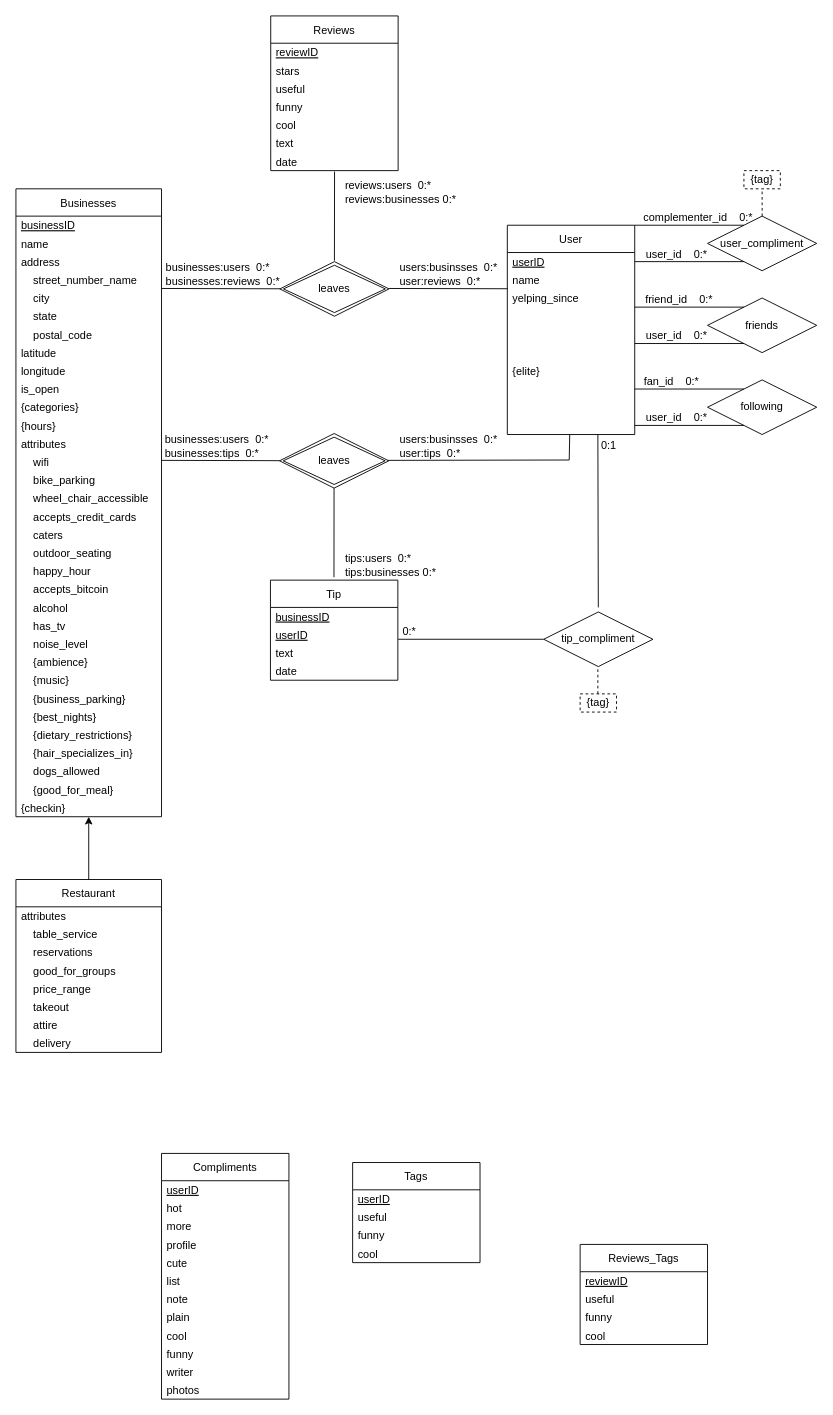
The draw.io diagram page "Page-1" (1 of 2) of documents/ER-model.drawio in connie-ho/data-bites, before the edit. Source tidied: cells renumbered, new cells numbered last; positions are measured from the earlier drawing's top-left corner, leaving out a move shared by most shapes. Both pictures are drawn from the tidied source at 91%, with x=0, y=0 at pixel (15, 15).
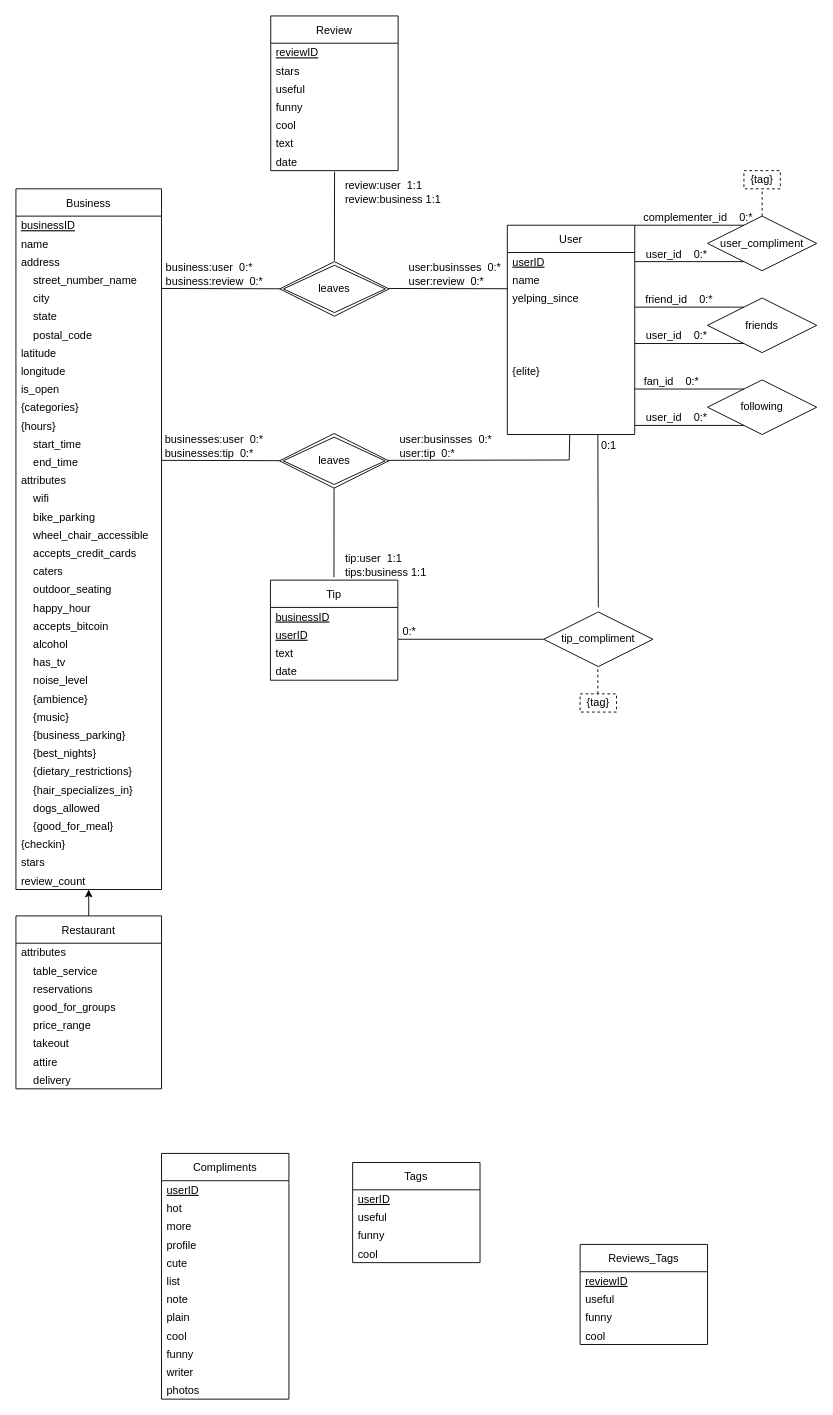
The same page after the edit.

The change refers to these unchanged cells:
```xml
<mxCell id="93" style="endArrow=none;html=1;rounded=0;" parent="1" edge="1" target="87">
  <mxGeometry relative="1" as="geometry">
    <mxPoint x="160" y="299.5" as="sourcePoint" />
  </mxGeometry>
</mxCell>
<mxCell id="95" style="endArrow=none;html=1;rounded=0;" parent="1" edge="1">
  <mxGeometry relative="1" as="geometry">
    <mxPoint x="410" y="299.5" as="sourcePoint" />
    <mxPoint x="540.3" y="299.8" as="targetPoint" />
  </mxGeometry>
</mxCell>
<mxCell id="97" style="endArrow=none;html=1;rounded=0;entryX=0.501;entryY=1.054;entryDx=0;entryDy=0;entryPerimeter=0;" parent="1" edge="1" target="52">
  <mxGeometry relative="1" as="geometry">
    <mxPoint x="350" y="269" as="sourcePoint" />
  </mxGeometry>
</mxCell>
<mxCell id="107" style="endArrow=none;html=1;rounded=0;" parent="1" edge="1" target="106">
  <mxGeometry relative="1" as="geometry">
    <mxPoint x="159.7" y="488.4" as="sourcePoint" />
  </mxGeometry>
</mxCell>
<mxCell id="109" style="endArrow=none;html=1;rounded=0;" parent="1" edge="1" target="62">
  <mxGeometry relative="1" as="geometry">
    <mxPoint x="408.7" y="488.4" as="sourcePoint" />
    <Array as="points">
      <mxPoint x="608" y="488" />
    </Array>
  </mxGeometry>
</mxCell>
<mxCell id="111" style="endArrow=none;html=1;rounded=0;entryX=0.501;entryY=1.054;entryDx=0;entryDy=0;entryPerimeter=0;" parent="1" edge="1">
  <mxGeometry relative="1" as="geometry">
    <mxPoint x="349.5" y="616.8" as="sourcePoint" />
    <mxPoint x="349.6" y="518.9" as="targetPoint" />
  </mxGeometry>
</mxCell>
```

Change to the diagram source:
```diff
@@
-    <mxCell id="2" value="Businesses" style="swimlane;fontStyle=0;horizontal=1;startSize=30;" parent="1" vertex="1">
-      <mxGeometry y="190" width="160" height="690" as="geometry" />
+    <mxCell id="2" value="Business" style="swimlane;fontStyle=0;horizontal=1;startSize=30;" parent="1" vertex="1">
+      <mxGeometry y="190" width="160" height="770" as="geometry" />
     </mxCell>
@@
+    <mxCell id="125" value="    start_time" style="text;strokeColor=none;fillColor=none;align=left;verticalAlign=middle;spacingLeft=4;spacingRight=4;overflow=hidden;fontStyle=0;" parent="2" vertex="1">
+      <mxGeometry y="270" width="160" height="20" as="geometry" />
+    </mxCell>
+    <mxCell id="126" value="    end_time" style="text;strokeColor=none;fillColor=none;align=left;verticalAlign=middle;spacingLeft=4;spacingRight=4;overflow=hidden;fontStyle=0;" parent="2" vertex="1">
+      <mxGeometry y="290" width="160" height="20" as="geometry" />
+    </mxCell>
     <mxCell id="15" value="attributes" style="text;strokeColor=none;fillColor=none;align=left;verticalAlign=middle;spacingLeft=4;spacingRight=4;overflow=hidden;fontStyle=0;" parent="2" vertex="1">
-      <mxGeometry y="270" width="160" height="20" as="geometry" />
+      <mxGeometry y="310" width="160" height="20" as="geometry" />
     </mxCell>
     <mxCell id="16" value="    wifi" style="text;strokeColor=none;fillColor=none;align=left;verticalAlign=middle;spacingLeft=4;spacingRight=4;overflow=hidden;fontStyle=0;" parent="2" vertex="1">
-      <mxGeometry y="290" width="160" height="20" as="geometry" />
+      <mxGeometry y="330" width="160" height="20" as="geometry" />
     </mxCell>
     <mxCell id="17" value="    bike_parking" style="text;strokeColor=none;fillColor=none;align=left;verticalAlign=middle;spacingLeft=4;spacingRight=4;overflow=hidden;fontStyle=0;" parent="2" vertex="1">
-      <mxGeometry y="310" width="160" height="20" as="geometry" />
+      <mxGeometry y="350" width="160" height="20" as="geometry" />
     </mxCell>
     <mxCell id="18" value="    wheel_chair_accessible" style="text;strokeColor=none;fillColor=none;align=left;verticalAlign=middle;spacingLeft=4;spacingRight=4;overflow=hidden;fontStyle=0;" parent="2" vertex="1">
-      <mxGeometry y="330" width="160" height="20" as="geometry" />
+      <mxGeometry y="370" width="160" height="20" as="geometry" />
     </mxCell>
     <mxCell id="19" value="    accepts_credit_cards" style="text;strokeColor=none;fillColor=none;align=left;verticalAlign=middle;spacingLeft=4;spacingRight=4;overflow=hidden;fontStyle=0;" parent="2" vertex="1">
-      <mxGeometry y="350" width="160" height="20" as="geometry" />
+      <mxGeometry y="390" width="160" height="20" as="geometry" />
     </mxCell>
     <mxCell id="20" value="    caters" style="text;strokeColor=none;fillColor=none;align=left;verticalAlign=middle;spacingLeft=4;spacingRight=4;overflow=hidden;fontStyle=0;" parent="2" vertex="1">
-      <mxGeometry y="370" width="160" height="20" as="geometry" />
+      <mxGeometry y="410" width="160" height="20" as="geometry" />
     </mxCell>
     <mxCell id="21" value="    outdoor_seating" style="text;strokeColor=none;fillColor=none;align=left;verticalAlign=middle;spacingLeft=4;spacingRight=4;overflow=hidden;fontStyle=0;" parent="2" vertex="1">
-      <mxGeometry y="390" width="160" height="20" as="geometry" />
+      <mxGeometry y="430" width="160" height="20" as="geometry" />
     </mxCell>
     <mxCell id="22" value="    happy_hour" style="text;strokeColor=none;fillColor=none;align=left;verticalAlign=middle;spacingLeft=4;spacingRight=4;overflow=hidden;fontStyle=0;" parent="2" vertex="1">
-      <mxGeometry y="410" width="160" height="20" as="geometry" />
+      <mxGeometry y="450" width="160" height="20" as="geometry" />
     </mxCell>
     <mxCell id="23" value="    accepts_bitcoin" style="text;strokeColor=none;fillColor=none;align=left;verticalAlign=middle;spacingLeft=4;spacingRight=4;overflow=hidden;fontStyle=0;" parent="2" vertex="1">
-      <mxGeometry y="430" width="160" height="20" as="geometry" />
+      <mxGeometry y="470" width="160" height="20" as="geometry" />
     </mxCell>
     <mxCell id="24" value="    alcohol" style="text;strokeColor=none;fillColor=none;align=left;verticalAlign=middle;spacingLeft=4;spacingRight=4;overflow=hidden;fontStyle=0;" parent="2" vertex="1">
-      <mxGeometry y="450" width="160" height="20" as="geometry" />
+      <mxGeometry y="490" width="160" height="20" as="geometry" />
     </mxCell>
     <mxCell id="25" value="    has_tv" style="text;strokeColor=none;fillColor=none;align=left;verticalAlign=middle;spacingLeft=4;spacingRight=4;overflow=hidden;fontStyle=0;" parent="2" vertex="1">
-      <mxGeometry y="470" width="160" height="20" as="geometry" />
+      <mxGeometry y="510" width="160" height="20" as="geometry" />
     </mxCell>
     <mxCell id="26" value="    noise_level" style="text;strokeColor=none;fillColor=none;align=left;verticalAlign=middle;spacingLeft=4;spacingRight=4;overflow=hidden;fontStyle=0;" parent="2" vertex="1">
-      <mxGeometry y="490" width="160" height="20" as="geometry" />
+      <mxGeometry y="530" width="160" height="20" as="geometry" />
     </mxCell>
     <mxCell id="27" value="    {ambience}" style="text;strokeColor=none;fillColor=none;align=left;verticalAlign=middle;spacingLeft=4;spacingRight=4;overflow=hidden;fontStyle=0;" parent="2" vertex="1">
-      <mxGeometry y="510" width="160" height="20" as="geometry" />
+      <mxGeometry y="550" width="160" height="20" as="geometry" />
     </mxCell>
     <mxCell id="28" value="    {music}" style="text;strokeColor=none;fillColor=none;align=left;verticalAlign=middle;spacingLeft=4;spacingRight=4;overflow=hidden;fontStyle=0;" parent="2" vertex="1">
-      <mxGeometry y="530" width="160" height="20" as="geometry" />
+      <mxGeometry y="570" width="160" height="20" as="geometry" />
     </mxCell>
     <mxCell id="29" value="    {business_parking}" style="text;strokeColor=none;fillColor=none;align=left;verticalAlign=middle;spacingLeft=4;spacingRight=4;overflow=hidden;fontStyle=0;" parent="2" vertex="1">
-      <mxGeometry y="550" width="160" height="20" as="geometry" />
+      <mxGeometry y="590" width="160" height="20" as="geometry" />
     </mxCell>
     <mxCell id="30" value="    {best_nights}" style="text;strokeColor=none;fillColor=none;align=left;verticalAlign=middle;spacingLeft=4;spacingRight=4;overflow=hidden;fontStyle=0;" parent="2" vertex="1">
-      <mxGeometry y="570" width="160" height="20" as="geometry" />
+      <mxGeometry y="610" width="160" height="20" as="geometry" />
     </mxCell>
     <mxCell id="31" value="    {dietary_restrictions}" style="text;strokeColor=none;fillColor=none;align=left;verticalAlign=middle;spacingLeft=4;spacingRight=4;overflow=hidden;fontStyle=0;" parent="2" vertex="1">
-      <mxGeometry y="590" width="160" height="20" as="geometry" />
+      <mxGeometry y="630" width="160" height="20" as="geometry" />
     </mxCell>
     <mxCell id="32" value="    {hair_specializes_in}" style="text;strokeColor=none;fillColor=none;align=left;verticalAlign=middle;spacingLeft=4;spacingRight=4;overflow=hidden;fontStyle=0;" parent="2" vertex="1">
-      <mxGeometry y="610" width="160" height="20" as="geometry" />
+      <mxGeometry y="650" width="160" height="20" as="geometry" />
     </mxCell>
     <mxCell id="33" value="    dogs_allowed" style="text;strokeColor=none;fillColor=none;align=left;verticalAlign=middle;spacingLeft=4;spacingRight=4;overflow=hidden;fontStyle=0;" parent="2" vertex="1">
-      <mxGeometry y="630" width="160" height="20" as="geometry" />
+      <mxGeometry y="670" width="160" height="20" as="geometry" />
     </mxCell>
     <mxCell id="34" value="    {good_for_meal}" style="text;strokeColor=none;fillColor=none;align=left;verticalAlign=middle;spacingLeft=4;spacingRight=4;overflow=hidden;fontStyle=0;" parent="2" vertex="1">
-      <mxGeometry y="650" width="160" height="20" as="geometry" />
+      <mxGeometry y="690" width="160" height="20" as="geometry" />
     </mxCell>
     <mxCell id="35" value="{checkin}" style="text;strokeColor=none;fillColor=none;align=left;verticalAlign=middle;spacingLeft=4;spacingRight=4;overflow=hidden;points=[[0,0.5],[1,0.5]];portConstraint=eastwest;fontStyle=0;" parent="2" vertex="1">
-      <mxGeometry y="670" width="160" height="20" as="geometry" />
+      <mxGeometry y="710" width="160" height="20" as="geometry" />
     </mxCell>
+    <mxCell id="127" value="stars" style="text;strokeColor=none;fillColor=none;align=left;verticalAlign=middle;spacingLeft=4;spacingRight=4;overflow=hidden;fontStyle=0;" parent="2" vertex="1">
+      <mxGeometry y="730" width="160" height="20" as="geometry" />
+    </mxCell>
+    <mxCell id="128" value="review_count" style="text;strokeColor=none;fillColor=none;align=left;verticalAlign=middle;spacingLeft=4;spacingRight=4;overflow=hidden;fontStyle=0;" parent="2" vertex="1">
+      <mxGeometry y="750" width="160" height="20" as="geometry" />
+    </mxCell>
     <mxCell id="36" value="Restaurant" style="swimlane;fontStyle=0;horizontal=1;startSize=30;" parent="1" vertex="1">
-      <mxGeometry y="949" width="160" height="190" as="geometry" />
+      <mxGeometry y="989" width="160" height="190" as="geometry" />
     </mxCell>
@@
-    <mxCell id="45" value="Reviews" style="swimlane;fontStyle=0;horizontal=1;startSize=30;" parent="1" vertex="1">
+    <mxCell id="45" value="Review" style="swimlane;fontStyle=0;horizontal=1;startSize=30;" parent="1" vertex="1">
       <mxGeometry x="280" width="140" height="170" as="geometry" />
     </mxCell>
@@
-    <mxCell id="86" style="endArrow=classic;html=1;" parent="1" edge="1" source="36" target="35">
-      <mxGeometry relative="1" as="geometry" />
+    <mxCell id="86" style="endArrow=classic;html=1;" parent="1" edge="1" source="36">
+      <mxGeometry relative="1" as="geometry">
+        <mxPoint x="80" y="960" as="targetPoint" />
+      </mxGeometry>
     </mxCell>
@@
-    <mxCell id="94" value="businesses:users&amp;nbsp; 0:*&lt;br&gt;businesses:reviews&amp;nbsp; 0:*" style="html=1;align=left;verticalAlign=bottom;" parent="93" vertex="1">
+    <mxCell id="94" value="business:user&amp;nbsp; 0:*&lt;br&gt;business:review&amp;nbsp; 0:*" style="html=1;align=left;verticalAlign=bottom;" parent="93" vertex="1">
       <mxGeometry x="1" relative="1" as="geometry">
         <mxPoint x="-127" as="offset" />
       </mxGeometry>
     </mxCell>
@@
-    <mxCell id="96" value="users:businsses&amp;nbsp; 0:*&lt;br&gt;user:reviews&amp;nbsp; 0:*" style="html=1;align=left;verticalAlign=bottom;" parent="95" vertex="1">
+    <mxCell id="96" value="user:businsses&amp;nbsp; 0:*&lt;br&gt;user:review&amp;nbsp; 0:*" style="html=1;align=left;verticalAlign=bottom;" parent="95" vertex="1">
       <mxGeometry x="1" relative="1" as="geometry">
-        <mxPoint x="-120" as="offset" />
+        <mxPoint x="-110" as="offset" />
       </mxGeometry>
     </mxCell>
@@
-    <mxCell id="98" value="reviews:users&amp;nbsp; 0:*&lt;br&gt;reviews:businesses 0:*" style="html=1;align=left;verticalAlign=bottom;" parent="97" vertex="1">
+    <mxCell id="98" value="review:user&amp;nbsp; 1:1&lt;br&gt;review:business 1:1" style="html=1;align=left;verticalAlign=bottom;" parent="97" vertex="1">
       <mxGeometry x="1" relative="1" as="geometry">
         <mxPoint x="10" y="39" as="offset" />
       </mxGeometry>
     </mxCell>
@@
-    <mxCell id="108" value="businesses:users&amp;nbsp; 0:*&lt;br&gt;businesses:tips&amp;nbsp; 0:*" style="html=1;align=left;verticalAlign=bottom;" parent="107" vertex="1">
+    <mxCell id="108" value="businesses:user&amp;nbsp; 0:*&lt;br&gt;businesses:tip&amp;nbsp; 0:*" style="html=1;align=left;verticalAlign=bottom;" parent="107" vertex="1">
       <mxGeometry x="1" relative="1" as="geometry">
         <mxPoint x="-128" as="offset" />
       </mxGeometry>
     </mxCell>
@@
-    <mxCell id="110" value="users:businsses&amp;nbsp; 0:*&lt;br&gt;user:tips&amp;nbsp; 0:*" style="html=1;align=left;verticalAlign=bottom;" parent="109" vertex="1">
+    <mxCell id="110" value="user:businsses&amp;nbsp; 0:*&lt;br&gt;user:tip&amp;nbsp; 0:*" style="html=1;align=left;verticalAlign=bottom;" parent="109" vertex="1">
       <mxGeometry x="1" relative="1" as="geometry">
         <mxPoint x="-189" y="29" as="offset" />
       </mxGeometry>
     </mxCell>
@@
-    <mxCell id="112" value="tips:users&amp;nbsp; 0:*&lt;br&gt;tips:businesses 0:*" style="html=1;align=left;verticalAlign=bottom;" parent="111" vertex="1">
+    <mxCell id="112" value="tip:user&amp;nbsp; 1:1&lt;br&gt;tips:business 1:1" style="html=1;align=left;verticalAlign=bottom;" parent="111" vertex="1">
       <mxGeometry x="1" relative="1" as="geometry">
         <mxPoint x="10" y="101" as="offset" />
       </mxGeometry>
     </mxCell>
```
